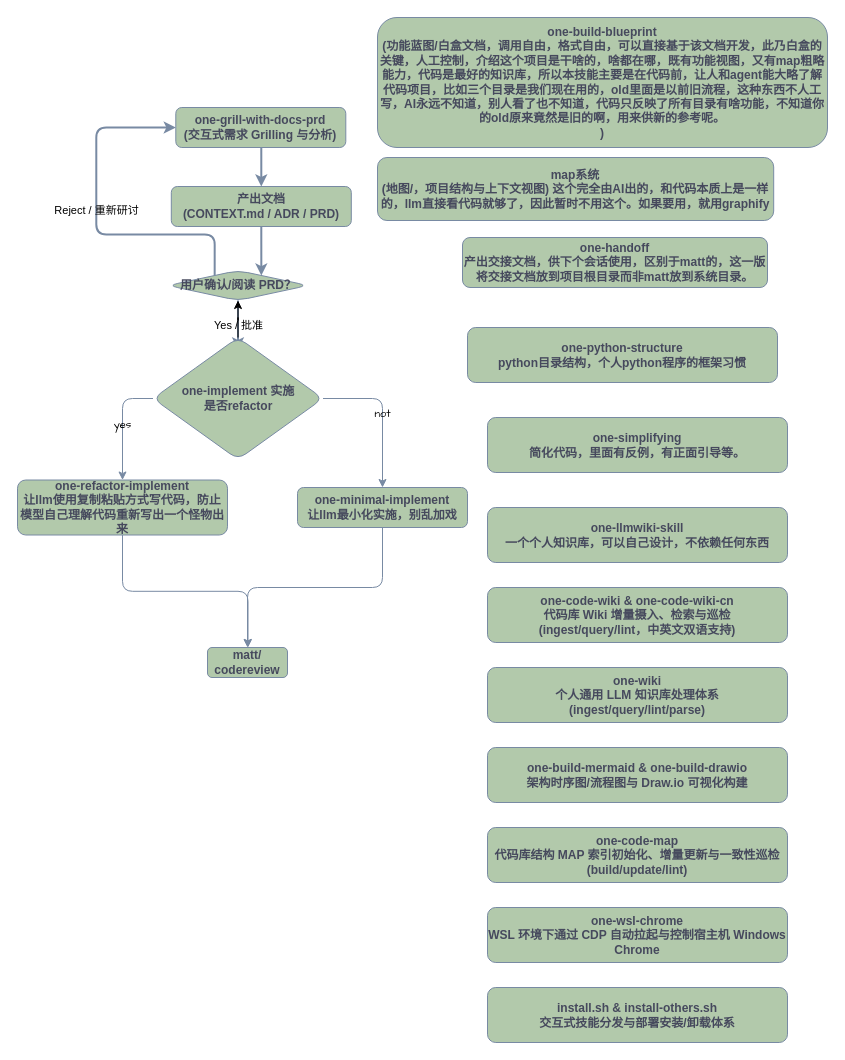
The draw.io diagram skills.drawio in wupengbo125/one-skills, before the edit. Source tidied: cells renumbered, new cells numbered last; positions are measured from the earlier drawing's top-left corner, leaving out a move shared by most shapes. Both pictures are drawn from the tidied source at 100%, with x=0, y=0 at pixel (17, 17).
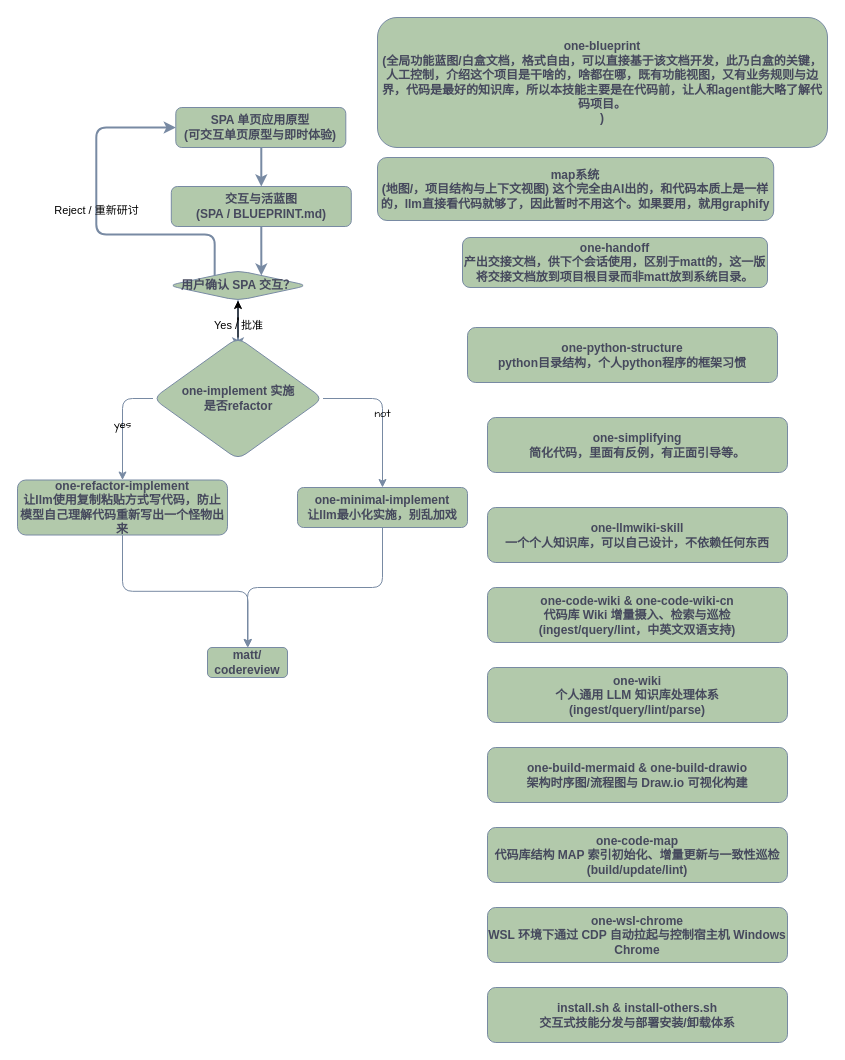
After the change.

What changed in the source:
```diff
@@
-    <mxCell id="3" value="one-build-blueprint&lt;br&gt;(功能蓝图/白盒文档，调用自由，格式自由，可以直接基于该文档开发，此乃白盒的关键，人工控制，介绍这个项目是干啥的，啥都在哪，既有功能视图，又有map粗略能力，代码是最好的知识库，所以本技能主要是在代码前，让人和agent能大略了解代码项目，比如三个目录是我们现在用的，old里面是以前旧流程，这种东西不人工写，AI永远不知道，别人看了也不知道，代码只反映了所有目录有啥功能，不知道你的old原来竟然是旧的啊，用来供新的参考呢。&lt;br&gt;)" style="whiteSpace=wrap;html=1;fillColor=#B2C9AB;strokeColor=#788AA3;fontStyle=1;rounded=1;labelBackgroundColor=none;fontColor=#46495D;" parent="1" vertex="1">
+    <mxCell id="3" value="one-blueprint&lt;br&gt;(全局功能蓝图/白盒文档，格式自由，可以直接基于该文档开发，此乃白盒的关键，人工控制，介绍这个项目是干啥的，啥都在哪，既有功能视图，又有业务规则与边界，代码是最好的知识库，所以本技能主要是在代码前，让人和agent能大略了解代码项目。&lt;br&gt;)" style="whiteSpace=wrap;html=1;fillColor=#B2C9AB;strokeColor=#788AA3;fontStyle=1;rounded=1;labelBackgroundColor=none;fontColor=#46495D;" parent="1" vertex="1">
       <mxGeometry x="360" width="450" height="130" as="geometry" />
     </mxCell>
-    <mxCell id="4" value="one-grill-with-docs-prd&lt;br&gt;(交互式需求 Grilling 与分析)" style="whiteSpace=wrap;html=1;fillColor=#B2C9AB;strokeColor=#788AA3;fontStyle=1;rounded=1;labelBackgroundColor=none;fontColor=#46495D;" parent="1" vertex="1">
+    <mxCell id="4" value="SPA 单页应用原型&lt;br&gt;(可交互单页原型与即时体验)" style="whiteSpace=wrap;html=1;fillColor=#B2C9AB;strokeColor=#788AA3;fontStyle=1;rounded=1;labelBackgroundColor=none;fontColor=#46495D;" parent="1" vertex="1">
       <mxGeometry x="158.3" y="90" width="170" height="40" as="geometry" />
     </mxCell>
-    <mxCell id="5" value="产出文档&#10;(CONTEXT.md / ADR / PRD)" style="whiteSpace=wrap;html=1;fillColor=#B2C9AB;strokeColor=#788AA3;fontStyle=1;rounded=1;labelBackgroundColor=none;fontColor=#46495D;" parent="1" vertex="1">
+    <mxCell id="5" value="交互与活蓝图&#10;(SPA / BLUEPRINT.md)" style="whiteSpace=wrap;html=1;fillColor=#B2C9AB;strokeColor=#788AA3;fontStyle=1;rounded=1;labelBackgroundColor=none;fontColor=#46495D;" parent="1" vertex="1">
       <mxGeometry x="153.8" y="169" width="180" height="40" as="geometry" />
     </mxCell>
-    <mxCell id="6" value="用户确认/阅读 PRD？" style="rhombus;whiteSpace=wrap;html=1;fillColor=#B2C9AB;strokeColor=#788AA3;fontStyle=1;labelBackgroundColor=none;fontColor=#46495D;rounded=1;" parent="1" vertex="1">
+    <mxCell id="6" value="用户确认 SPA 交互？" style="rhombus;whiteSpace=wrap;html=1;fillColor=#B2C9AB;strokeColor=#788AA3;fontStyle=1;labelBackgroundColor=none;fontColor=#46495D;rounded=1;" parent="1" vertex="1">
       <mxGeometry x="150.5" y="253" width="140" height="30" as="geometry" />
     </mxCell>
```
